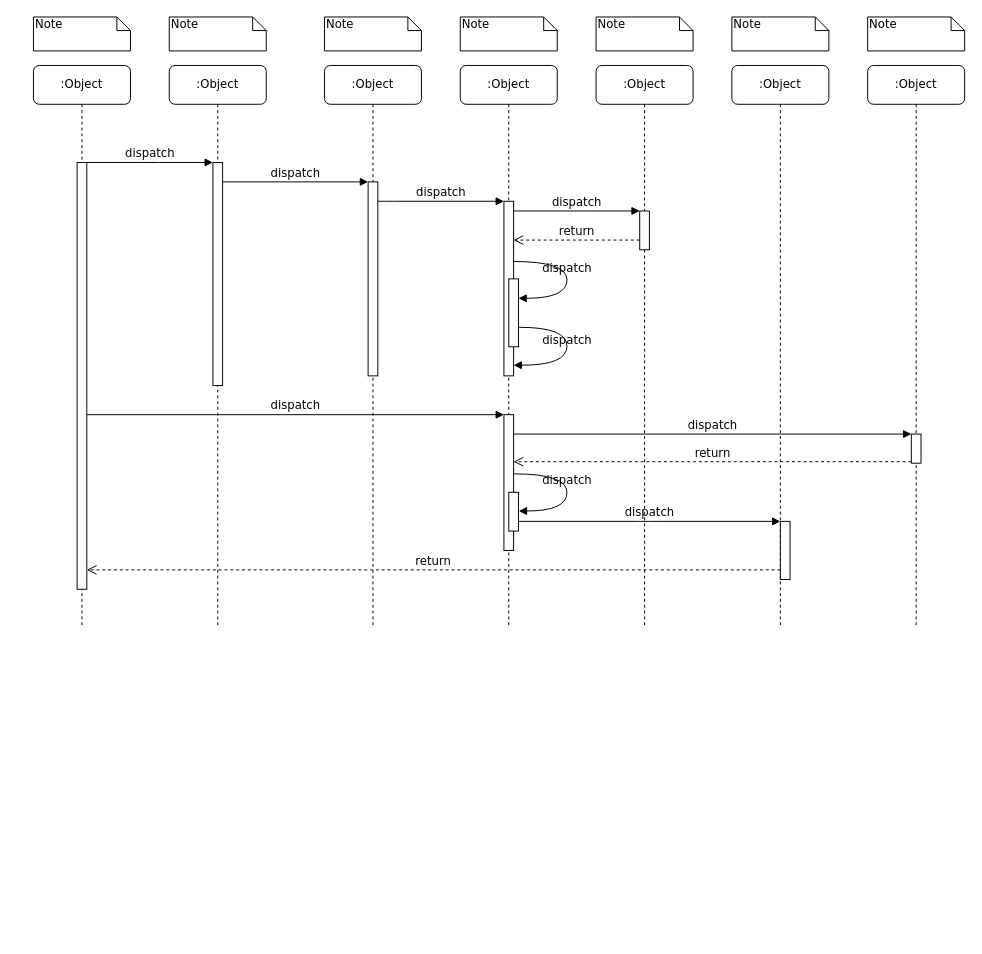
CentIIO/IS5006 keeps this draw.io diagram as FlowCharts/Untitled Diagram.drawio. Above is the earlier version. Source tidied: cells renumbered, new cells numbered last; positions are measured from the earlier drawing's top-left corner, leaving out a move shared by most shapes. Both pictures are drawn from the tidied source at 97%, with x=0, y=0 at pixel (33, 16).
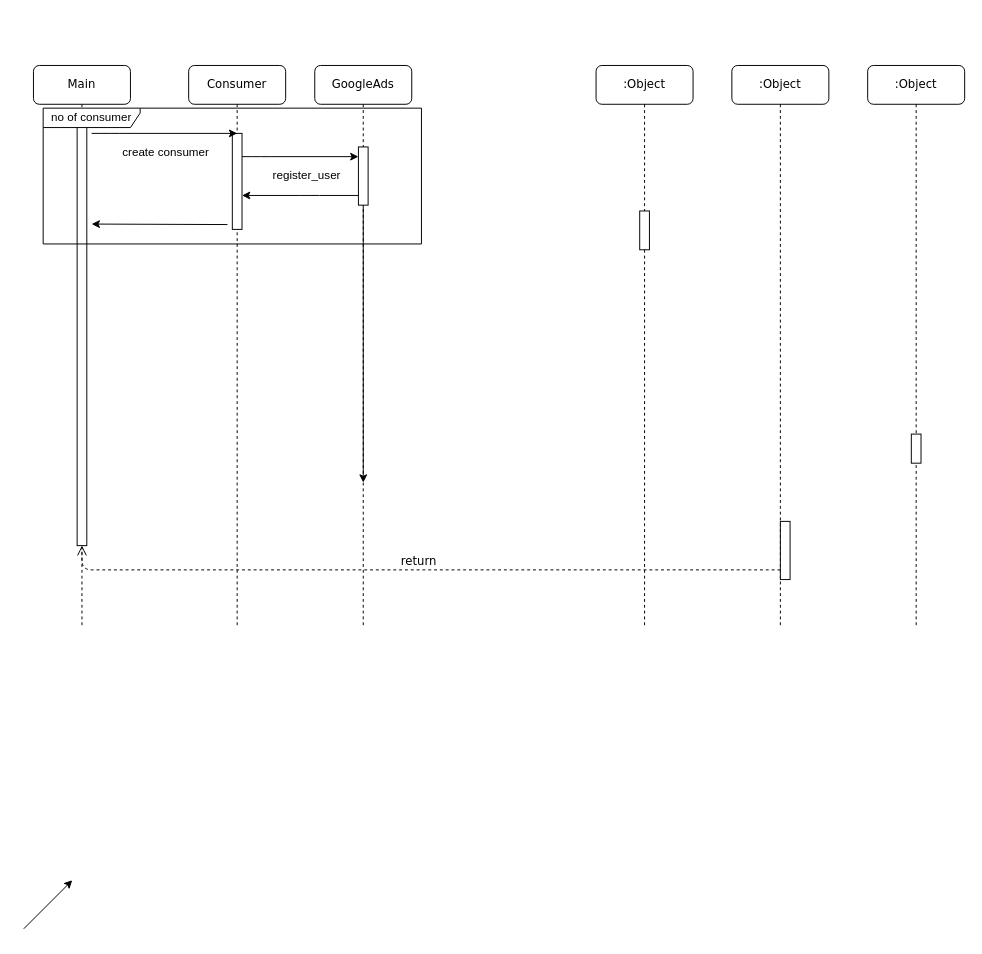
The same diagram, later.

The change refers to these unchanged cells:
```xml
<mxCell id="14" style="html=1;points=[];perimeter=orthogonalPerimeter;rounded=0;shadow=0;comic=0;labelBackgroundColor=none;strokeColor=#000000;strokeWidth=1;fillColor=#FFFFFF;fontFamily=Verdana;fontSize=12;fontColor=#000000;align=center;" parent="1" vertex="1">
  <mxGeometry x="625" y="200" width="10" height="40" as="geometry" />
</mxCell>
<mxCell id="19" style="html=1;points=[];perimeter=orthogonalPerimeter;rounded=0;shadow=0;comic=0;labelBackgroundColor=none;strokeColor=#000000;strokeWidth=1;fillColor=#FFFFFF;fontFamily=Verdana;fontSize=12;fontColor=#000000;align=center;" parent="1" vertex="1">
  <mxGeometry x="905" y="430" width="10" height="30" as="geometry" />
</mxCell>
<mxCell id="22" style="html=1;points=[];perimeter=orthogonalPerimeter;rounded=0;shadow=0;comic=0;labelBackgroundColor=none;strokeColor=#000000;strokeWidth=1;fillColor=#FFFFFF;fontFamily=Verdana;fontSize=12;fontColor=#000000;align=center;" parent="1" vertex="1">
  <mxGeometry x="770" y="520" width="10" height="60" as="geometry" />
</mxCell>
```

The edit, as a diff of the source:
```diff
@@
-    <mxCell id="2" value=":Object" style="shape=umlLifeline;perimeter=lifelinePerimeter;whiteSpace=wrap;html=1;rounded=1;shadow=0;comic=0;labelBackgroundColor=none;strokeColor=#000000;strokeWidth=1;fillColor=#FFFFFF;fontFamily=Verdana;fontSize=12;fontColor=#000000;align=center;" parent="1" vertex="1">
-      <mxGeometry x="140" y="50" width="100" height="580" as="geometry" />
-    </mxCell>
-    <mxCell id="3" style="html=1;points=[];perimeter=orthogonalPerimeter;rounded=0;shadow=0;comic=0;labelBackgroundColor=none;strokeColor=#000000;strokeWidth=1;fillColor=#FFFFFF;fontFamily=Verdana;fontSize=12;fontColor=#000000;align=center;" parent="2" vertex="1">
-      <mxGeometry x="45" y="100" width="10" height="230" as="geometry" />
-    </mxCell>
-    <mxCell id="4" value=":Object" style="shape=umlLifeline;perimeter=lifelinePerimeter;whiteSpace=wrap;html=1;rounded=1;shadow=0;comic=0;labelBackgroundColor=none;strokeColor=#000000;strokeWidth=1;fillColor=#FFFFFF;fontFamily=Verdana;fontSize=12;fontColor=#000000;align=center;" parent="1" vertex="1">
-      <mxGeometry x="300" y="50" width="100" height="580" as="geometry" />
+    <mxCell id="4" value="Consumer" style="shape=umlLifeline;perimeter=lifelinePerimeter;whiteSpace=wrap;html=1;rounded=1;shadow=0;comic=0;labelBackgroundColor=none;strokeColor=#000000;strokeWidth=1;fillColor=#FFFFFF;fontFamily=Verdana;fontSize=12;fontColor=#000000;align=center;" parent="1" vertex="1">
+      <mxGeometry x="160" y="50" width="100" height="580" as="geometry" />
     </mxCell>
     <mxCell id="5" style="html=1;points=[];perimeter=orthogonalPerimeter;rounded=0;shadow=0;comic=0;labelBackgroundColor=none;strokeColor=#000000;strokeWidth=1;fillColor=#FFFFFF;fontFamily=Verdana;fontSize=12;fontColor=#000000;align=center;" parent="4" vertex="1">
-      <mxGeometry x="45" y="120" width="10" height="200" as="geometry" />
+      <mxGeometry x="45" y="70" width="10" height="99" as="geometry" />
     </mxCell>
-    <mxCell id="6" value=":Object" style="shape=umlLifeline;perimeter=lifelinePerimeter;whiteSpace=wrap;html=1;rounded=1;shadow=0;comic=0;labelBackgroundColor=none;strokeColor=#000000;strokeWidth=1;fillColor=#FFFFFF;fontFamily=Verdana;fontSize=12;fontColor=#000000;align=center;" parent="1" vertex="1">
-      <mxGeometry x="440" y="50" width="100" height="580" as="geometry" />
+    <mxCell id="6" value="GoogleAds" style="shape=umlLifeline;perimeter=lifelinePerimeter;whiteSpace=wrap;html=1;rounded=1;shadow=0;comic=0;labelBackgroundColor=none;strokeColor=#000000;strokeWidth=1;fillColor=#FFFFFF;fontFamily=Verdana;fontSize=12;fontColor=#000000;align=center;" parent="1" vertex="1">
+      <mxGeometry x="290" y="50" width="100" height="580" as="geometry" />
     </mxCell>
+    <mxCell id="39" style="edgeStyle=orthogonalEdgeStyle;rounded=0;jettySize=auto;html=1;" parent="6" edge="1" source="17">
+      <mxGeometry relative="1" as="geometry">
+        <mxPoint x="50" y="430" as="targetPoint" />
+      </mxGeometry>
+    </mxCell>
+    <mxCell id="17" style="html=1;points=[];perimeter=orthogonalPerimeter;rounded=0;shadow=0;comic=0;labelBackgroundColor=none;strokeColor=#000000;strokeWidth=1;fillColor=#FFFFFF;fontFamily=Verdana;fontSize=12;fontColor=#000000;align=center;" parent="6" vertex="1">
+      <mxGeometry x="45" y="84" width="10" height="60" as="geometry" />
+    </mxCell>
@@
-    <mxCell id="10" value=":Object" style="shape=umlLifeline;perimeter=lifelinePerimeter;whiteSpace=wrap;html=1;rounded=1;shadow=0;comic=0;labelBackgroundColor=none;strokeColor=#000000;strokeWidth=1;fillColor=#FFFFFF;fontFamily=Verdana;fontSize=12;fontColor=#000000;align=center;" parent="1" vertex="1">
+    <mxCell id="10" value="Main" style="shape=umlLifeline;perimeter=lifelinePerimeter;whiteSpace=wrap;html=1;rounded=1;shadow=0;comic=0;labelBackgroundColor=none;strokeColor=#000000;strokeWidth=1;fillColor=#FFFFFF;fontFamily=Verdana;fontSize=12;fontColor=#000000;align=center;" parent="1" vertex="1">
       <mxGeometry y="50" width="100" height="580" as="geometry" />
     </mxCell>
     <mxCell id="11" style="html=1;points=[];perimeter=orthogonalPerimeter;rounded=0;shadow=0;comic=0;labelBackgroundColor=none;strokeColor=#000000;strokeWidth=1;fillColor=#FFFFFF;fontFamily=Verdana;fontSize=12;fontColor=#000000;align=center;" parent="10" vertex="1">
-      <mxGeometry x="45" y="100" width="10" height="440" as="geometry" />
+      <mxGeometry x="45" y="55" width="10" height="440" as="geometry" />
     </mxCell>
-    <mxCell id="12" style="html=1;points=[];perimeter=orthogonalPerimeter;rounded=0;shadow=0;comic=0;labelBackgroundColor=none;strokeColor=#000000;strokeWidth=1;fillColor=#FFFFFF;fontFamily=Verdana;fontSize=12;fontColor=#000000;align=center;" parent="1" vertex="1">
-      <mxGeometry x="485" y="190" width="10" height="180" as="geometry" />
-    </mxCell>
-    <mxCell id="13" value="dispatch" style="html=1;verticalAlign=bottom;endArrow=block;labelBackgroundColor=none;fontFamily=Verdana;fontSize=12;edgeStyle=elbowEdgeStyle;elbow=vertical;" parent="1" edge="1" source="5" target="12">
-      <mxGeometry relative="1" as="geometry">
-        <Array as="points">
-          <mxPoint x="360" y="190" />
-        </Array>
-      </mxGeometry>
-    </mxCell>
@@
-    <mxCell id="15" value="dispatch" style="html=1;verticalAlign=bottom;endArrow=block;entryX=0;entryY=0;labelBackgroundColor=none;fontFamily=Verdana;fontSize=12;edgeStyle=elbowEdgeStyle;elbow=vertical;" parent="1" edge="1" source="12" target="14">
-      <mxGeometry relative="1" as="geometry" />
-    </mxCell>
-    <mxCell id="16" value="return" style="html=1;verticalAlign=bottom;endArrow=open;dashed=1;endSize=8;labelBackgroundColor=none;fontFamily=Verdana;fontSize=12;edgeStyle=elbowEdgeStyle;elbow=vertical;" parent="1" edge="1" source="14" target="12">
-      <mxGeometry relative="1" as="geometry">
-        <Array as="points">
-          <mxPoint x="570" y="230" />
-          <mxPoint x="600" y="230" />
-        </Array>
-      </mxGeometry>
-    </mxCell>
-    <mxCell id="17" style="html=1;points=[];perimeter=orthogonalPerimeter;rounded=0;shadow=0;comic=0;labelBackgroundColor=none;strokeColor=#000000;strokeWidth=1;fillColor=#FFFFFF;fontFamily=Verdana;fontSize=12;fontColor=#000000;align=center;" parent="1" vertex="1">
-      <mxGeometry x="485" y="410" width="10" height="140" as="geometry" />
-    </mxCell>
-    <mxCell id="18" value="dispatch" style="html=1;verticalAlign=bottom;endArrow=block;entryX=0;entryY=0;labelBackgroundColor=none;fontFamily=Verdana;fontSize=12;" parent="1" edge="1" source="11" target="17">
-      <mxGeometry relative="1" as="geometry" />
-    </mxCell>
@@
-    <mxCell id="20" value="dispatch" style="html=1;verticalAlign=bottom;endArrow=block;entryX=0;entryY=0;labelBackgroundColor=none;fontFamily=Verdana;fontSize=12;" parent="1" edge="1" source="17" target="19">
-      <mxGeometry relative="1" as="geometry" />
-    </mxCell>
-    <mxCell id="21" value="return" style="html=1;verticalAlign=bottom;endArrow=open;dashed=1;endSize=8;exitX=0;exitY=0.95;labelBackgroundColor=none;fontFamily=Verdana;fontSize=12;" parent="1" edge="1" source="19" target="17">
-      <mxGeometry relative="1" as="geometry" />
-    </mxCell>
@@
-    <mxCell id="23" value="dispatch" style="html=1;verticalAlign=bottom;endArrow=block;entryX=0;entryY=0;labelBackgroundColor=none;fontFamily=Verdana;fontSize=12;edgeStyle=elbowEdgeStyle;elbow=vertical;" parent="1" edge="1" source="30" target="22">
-      <mxGeometry relative="1" as="geometry" />
-    </mxCell>
@@
-    <mxCell id="25" value="dispatch" style="html=1;verticalAlign=bottom;endArrow=block;entryX=0;entryY=0;labelBackgroundColor=none;fontFamily=Verdana;fontSize=12;edgeStyle=elbowEdgeStyle;elbow=vertical;" parent="1" edge="1" source="11" target="3">
-      <mxGeometry relative="1" as="geometry" />
-    </mxCell>
-    <mxCell id="26" value="dispatch" style="html=1;verticalAlign=bottom;endArrow=block;entryX=0;entryY=0;labelBackgroundColor=none;fontFamily=Verdana;fontSize=12;edgeStyle=elbowEdgeStyle;elbow=vertical;" parent="1" edge="1" source="3" target="5">
-      <mxGeometry relative="1" as="geometry" />
-    </mxCell>
-    <mxCell id="27" style="html=1;points=[];perimeter=orthogonalPerimeter;rounded=0;shadow=0;comic=0;labelBackgroundColor=none;strokeColor=#000000;strokeWidth=1;fillColor=#FFFFFF;fontFamily=Verdana;fontSize=12;fontColor=#000000;align=center;" parent="1" vertex="1">
-      <mxGeometry x="490" y="270" width="10" height="70" as="geometry" />
-    </mxCell>
-    <mxCell id="28" value="dispatch" style="html=1;verticalAlign=bottom;endArrow=block;labelBackgroundColor=none;fontFamily=Verdana;fontSize=12;elbow=vertical;edgeStyle=orthogonalEdgeStyle;curved=1;entryX=1;entryY=0.286;entryPerimeter=0;exitX=1.038;exitY=0.345;exitPerimeter=0;" parent="1" edge="1" source="12" target="27">
-      <mxGeometry relative="1" as="geometry">
-        <Array as="points">
-          <mxPoint x="550" y="252" />
-          <mxPoint x="550" y="290" />
-        </Array>
-      </mxGeometry>
-    </mxCell>
-    <mxCell id="29" value="dispatch" style="html=1;verticalAlign=bottom;endArrow=block;labelBackgroundColor=none;fontFamily=Verdana;fontSize=12;elbow=vertical;edgeStyle=orthogonalEdgeStyle;curved=1;exitX=1.066;exitY=0.713;exitPerimeter=0;" parent="1" edge="1" source="27">
-      <mxGeometry relative="1" as="geometry">
-        <mxPoint x="495" y="359" as="targetPoint" />
-        <Array as="points">
-          <mxPoint x="550" y="320" />
-          <mxPoint x="550" y="359" />
-        </Array>
-      </mxGeometry>
-    </mxCell>
-    <mxCell id="30" style="html=1;points=[];perimeter=orthogonalPerimeter;rounded=0;shadow=0;comic=0;labelBackgroundColor=none;strokeColor=#000000;strokeWidth=1;fillColor=#FFFFFF;fontFamily=Verdana;fontSize=12;fontColor=#000000;align=center;" parent="1" vertex="1">
-      <mxGeometry x="490" y="490" width="10" height="40" as="geometry" />
-    </mxCell>
-    <mxCell id="31" value="dispatch" style="html=1;verticalAlign=bottom;endArrow=block;labelBackgroundColor=none;fontFamily=Verdana;fontSize=12;elbow=vertical;edgeStyle=orthogonalEdgeStyle;curved=1;entryX=1;entryY=0.286;entryPerimeter=0;exitX=1.038;exitY=0.345;exitPerimeter=0;" parent="1" edge="1">
-      <mxGeometry relative="1" as="geometry">
-        <mxPoint x="495.3" y="471" as="sourcePoint" />
-        <mxPoint x="500.3" y="509.3" as="targetPoint" />
-        <Array as="points">
-          <mxPoint x="550" y="471" />
-          <mxPoint x="550" y="509" />
-        </Array>
-      </mxGeometry>
-    </mxCell>
-    <mxCell id="32" value="Note" style="shape=note;whiteSpace=wrap;html=1;size=14;verticalAlign=top;align=left;spacingTop=-6;rounded=0;shadow=0;comic=0;labelBackgroundColor=none;strokeColor=#000000;strokeWidth=1;fillColor=#FFFFFF;fontFamily=Verdana;fontSize=12;fontColor=#000000;" parent="1" vertex="1">
-      <mxGeometry width="100" height="35" as="geometry" />
-    </mxCell>
-    <mxCell id="33" value="Note" style="shape=note;whiteSpace=wrap;html=1;size=14;verticalAlign=top;align=left;spacingTop=-6;rounded=0;shadow=0;comic=0;labelBackgroundColor=none;strokeColor=#000000;strokeWidth=1;fillColor=#FFFFFF;fontFamily=Verdana;fontSize=12;fontColor=#000000;" parent="1" vertex="1">
-      <mxGeometry x="140" width="100" height="35" as="geometry" />
-    </mxCell>
-    <mxCell id="34" value="Note" style="shape=note;whiteSpace=wrap;html=1;size=14;verticalAlign=top;align=left;spacingTop=-6;rounded=0;shadow=0;comic=0;labelBackgroundColor=none;strokeColor=#000000;strokeWidth=1;fillColor=#FFFFFF;fontFamily=Verdana;fontSize=12;fontColor=#000000;" parent="1" vertex="1">
-      <mxGeometry x="300" width="100" height="35" as="geometry" />
-    </mxCell>
-    <mxCell id="35" value="Note" style="shape=note;whiteSpace=wrap;html=1;size=14;verticalAlign=top;align=left;spacingTop=-6;rounded=0;shadow=0;comic=0;labelBackgroundColor=none;strokeColor=#000000;strokeWidth=1;fillColor=#FFFFFF;fontFamily=Verdana;fontSize=12;fontColor=#000000;" parent="1" vertex="1">
-      <mxGeometry x="440" width="100" height="35" as="geometry" />
-    </mxCell>
-    <mxCell id="36" value="Note" style="shape=note;whiteSpace=wrap;html=1;size=14;verticalAlign=top;align=left;spacingTop=-6;rounded=0;shadow=0;comic=0;labelBackgroundColor=none;strokeColor=#000000;strokeWidth=1;fillColor=#FFFFFF;fontFamily=Verdana;fontSize=12;fontColor=#000000;" parent="1" vertex="1">
-      <mxGeometry x="580" width="100" height="35" as="geometry" />
-    </mxCell>
-    <mxCell id="37" value="Note" style="shape=note;whiteSpace=wrap;html=1;size=14;verticalAlign=top;align=left;spacingTop=-6;rounded=0;shadow=0;comic=0;labelBackgroundColor=none;strokeColor=#000000;strokeWidth=1;fillColor=#FFFFFF;fontFamily=Verdana;fontSize=12;fontColor=#000000;" parent="1" vertex="1">
-      <mxGeometry x="720" width="100" height="35" as="geometry" />
-    </mxCell>
-    <mxCell id="38" value="Note" style="shape=note;whiteSpace=wrap;html=1;size=14;verticalAlign=top;align=left;spacingTop=-6;rounded=0;shadow=0;comic=0;labelBackgroundColor=none;strokeColor=#000000;strokeWidth=1;fillColor=#FFFFFF;fontFamily=Verdana;fontSize=12;fontColor=#000000;" parent="1" vertex="1">
-      <mxGeometry x="860" width="100" height="35" as="geometry" />
-    </mxCell>
+    <mxCell id="40" style="endArrow=classic;html=1;" parent="1" edge="1">
+      <mxGeometry relative="1" as="geometry">
+        <mxPoint x="215" y="144" as="sourcePoint" />
+        <mxPoint x="335" y="144" as="targetPoint" />
+        <Array as="points">
+          <mxPoint x="234" y="144" />
+        </Array>
+      </mxGeometry>
+    </mxCell>
+    <mxCell id="41" style="endArrow=classic;html=1;" parent="1" edge="1" source="17">
+      <mxGeometry relative="1" as="geometry">
+        <mxPoint x="215" y="184" as="targetPoint" />
+        <Array as="points">
+          <mxPoint x="285" y="184" />
+        </Array>
+      </mxGeometry>
+    </mxCell>
+    <mxCell id="42" style="endArrow=classic;html=1;" parent="1" edge="1">
+      <mxGeometry relative="1" as="geometry">
+        <mxPoint x="-10" y="940" as="sourcePoint" />
+        <mxPoint x="40" y="890" as="targetPoint" />
+      </mxGeometry>
+    </mxCell>
+    <mxCell id="43" style="endArrow=classic;html=1;" parent="1" edge="1">
+      <mxGeometry relative="1" as="geometry">
+        <mxPoint x="200" y="214" as="sourcePoint" />
+        <mxPoint x="60" y="213.5" as="targetPoint" />
+      </mxGeometry>
+    </mxCell>
+    <mxCell id="44" value="no of consumer" style="shape=umlFrame;whiteSpace=wrap;html=1;width=100;height=20;" parent="1" vertex="1">
+      <mxGeometry x="10" y="94" width="390" height="140" as="geometry" />
+    </mxCell>
+    <mxCell id="45" value="register_user" style="text;html=1;align=left;verticalAlign=top;spacingTop=-4;" parent="1" vertex="1">
+      <mxGeometry x="245" y="154" width="90" height="20" as="geometry" />
+    </mxCell>
+    <mxCell id="46" style="endArrow=classic;html=1;entryX=0.5;entryY=0;entryDx=0;entryDy=0;entryPerimeter=0;" parent="1" edge="1" target="5">
+      <mxGeometry relative="1" as="geometry">
+        <mxPoint x="60" y="120" as="sourcePoint" />
+        <Array as="points">
+          <mxPoint x="79" y="120" />
+        </Array>
+      </mxGeometry>
+    </mxCell>
+    <mxCell id="47" value="create consumer" style="text;html=1;align=left;verticalAlign=top;spacingTop=-4;" parent="1" vertex="1">
+      <mxGeometry x="90" y="130" width="100" height="20" as="geometry" />
+    </mxCell>
```
